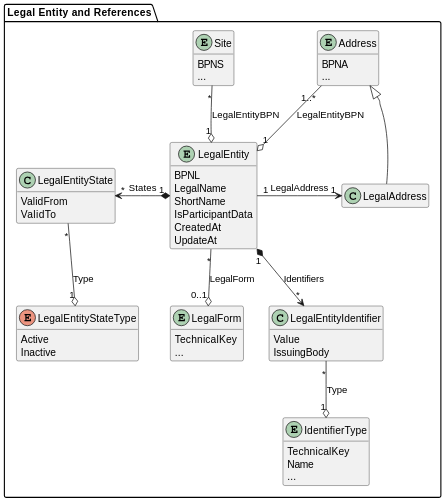
The PlantUML diagram docs/standards/CX-0012-BusinessPartnerDataPoolAPI/assets/diagrams/class/legal-entity.svg in catenax-eV/catenax-ev.github.io, before a commit.
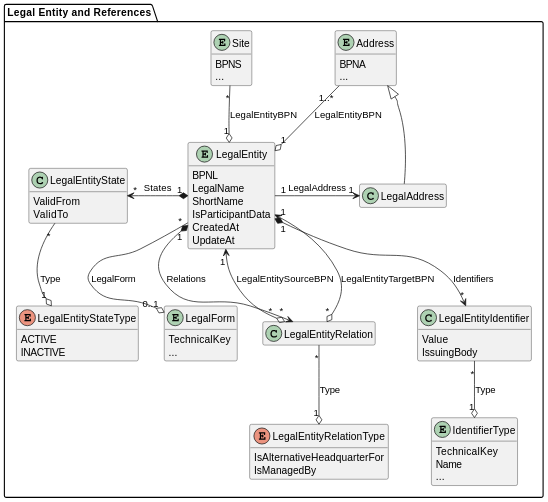
After the commit.

Change to the diagram source:
```diff
@@ -27,13 +27,21 @@
   }
 
   enum LegalEntityStateType {
-    Active
-    Inactive
+    ACTIVE
+    INACTIVE
   }
 
   class LegalEntityIdentifier {
     Value
     IssuingBody
+  }
+
+  class LegalEntityRelation {
+  }
+
+  enum LegalEntityRelationType {
+    IsAlternativeHeadquarterFor
+    IsManagedBy
   }
 
   entity IdentifierType {
@@ -63,6 +71,11 @@
   LegalEntity "1" *-d-> "*" LegalEntityIdentifier : Identifiers
   LegalEntityIdentifier "*" -d-o "1" IdentifierType : Type
 
+  LegalEntity "1" *--> "*" LegalEntityRelation : Relations
+  LegalEntityRelation "*" --o "1" LegalEntityRelationType : Type
+  LegalEntityRelation "*" o--> "1" LegalEntity : LegalEntitySourceBPN
+  LegalEntityRelation "*" o--> "1" LegalEntity : LegalEntityTargetBPN
+
 
   LegalEntity "*" -d-o "0..1" LegalForm : LegalForm
 
@@ -74,4 +87,5 @@
 
 hide methods
 hide LegalAddress members
+hide LegalEntityRelation members
 @enduml
```
